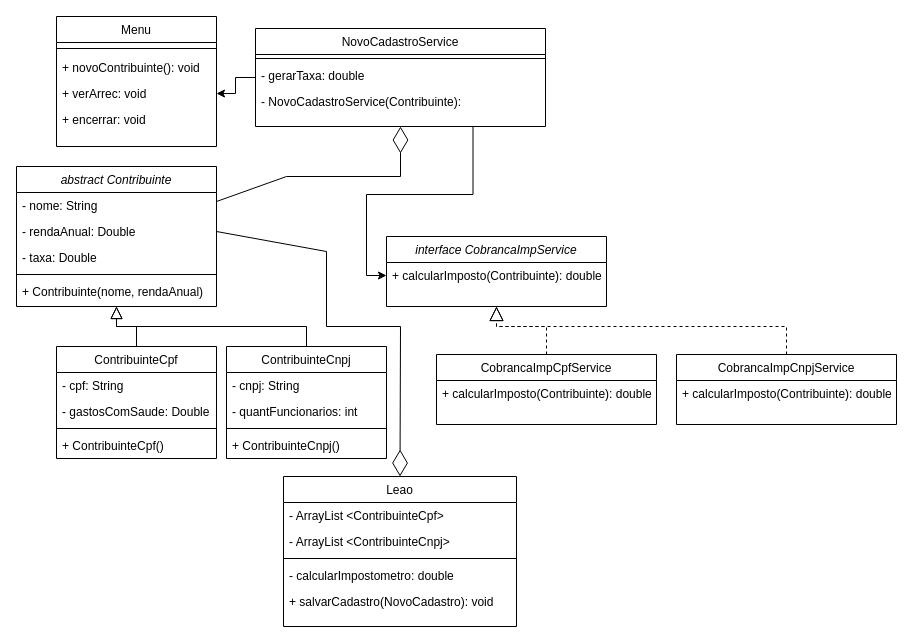
Earlier version of the draw.io diagram quatroPilares/br/com/projetoLeao/src/diagrams/UMLclassdiagram.drawio (psicodev0101/java-poo). Source tidied: cells renumbered, new cells numbered last; positions are measured from the earlier drawing's top-left corner, leaving out a move shared by most shapes. Both pictures are drawn from the tidied source at 100%, with x=0, y=0 at pixel (16, 16).
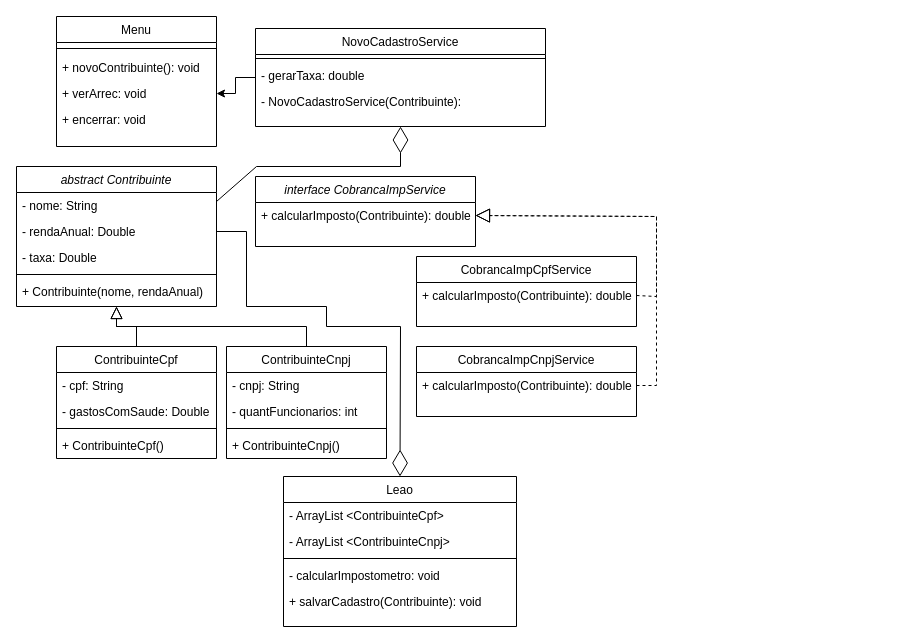
Above is the later version.

Unchanged cells that the change refers to:
```xml
<mxCell id="2" value="abstract Contribuinte" style="swimlane;fontStyle=2;align=center;verticalAlign=top;horizontal=1;startSize=26;rounded=0;shadow=0;strokeWidth=1;" parent="1" vertex="1">
  <mxGeometry y="150" width="200" height="140" as="geometry" />
</mxCell>
<mxCell id="4" value="- rendaAnual: Double" style="text;align=left;verticalAlign=top;spacingLeft=4;spacingRight=4;overflow=hidden;points=[[0,0.5],[1,0.5]];portConstraint=eastwest;rounded=0;shadow=0;html=0;" parent="2" vertex="1">
  <mxGeometry y="52" width="200" height="26" as="geometry" />
</mxCell>
<mxCell id="20" value="Leao" style="swimlane;fontStyle=0;align=center;verticalAlign=top;horizontal=1;startSize=26;rounded=0;shadow=0;strokeWidth=1;" parent="1" vertex="1">
  <mxGeometry x="267" y="460" width="233" height="150" as="geometry" />
</mxCell>
<mxCell id="33" value="+ calcularImposto(Contribuinte): double" style="text;align=left;verticalAlign=top;spacingLeft=4;spacingRight=4;overflow=hidden;points=[[0,0.5],[1,0.5]];portConstraint=eastwest;" parent="32" vertex="1">
  <mxGeometry y="26" width="220" height="26" as="geometry" />
</mxCell>
<mxCell id="36" value="NovoCadastroService" style="swimlane;fontStyle=0;align=center;verticalAlign=top;horizontal=1;startSize=26;rounded=0;shadow=0;strokeWidth=1;" parent="1" vertex="1">
  <mxGeometry x="239" y="12" width="290" height="98" as="geometry" />
</mxCell>
<mxCell id="42" value="+ calcularImposto(Contribuinte): double" style="text;align=left;verticalAlign=top;spacingLeft=4;spacingRight=4;overflow=hidden;points=[[0,0.5],[1,0.5]];portConstraint=eastwest;" parent="41" vertex="1">
  <mxGeometry y="26" width="220" height="26" as="geometry" />
</mxCell>
<mxCell id="44" value="+ calcularImposto(Contribuinte): double" style="text;align=left;verticalAlign=top;spacingLeft=4;spacingRight=4;overflow=hidden;points=[[0,0.5],[1,0.5]];portConstraint=eastwest;" parent="43" vertex="1">
  <mxGeometry y="26" width="220" height="26" as="geometry" />
</mxCell>
```

Change to the diagram source:
```diff
@@
-    <mxCell id="24" value="- calcularImpostometro: double" style="text;align=left;verticalAlign=top;spacingLeft=4;spacingRight=4;overflow=hidden;" parent="20" vertex="1">
+    <mxCell id="24" value="- calcularImpostometro: void" style="text;align=left;verticalAlign=top;spacingLeft=4;spacingRight=4;overflow=hidden;" parent="20" vertex="1">
       <mxGeometry y="86" width="233" height="26" as="geometry" />
     </mxCell>
-    <mxCell id="25" value="+ salvarCadastro(NovoCadastro): void" style="text;align=left;verticalAlign=top;spacingLeft=4;spacingRight=4;overflow=hidden;" parent="20" vertex="1">
+    <mxCell id="25" value="+ salvarCadastro(Contribuinte): void" style="text;align=left;verticalAlign=top;spacingLeft=4;spacingRight=4;overflow=hidden;" parent="20" vertex="1">
       <mxGeometry y="112" width="233" height="26" as="geometry" />
     </mxCell>
     <mxCell id="26" style="endArrow=diamondThin;endFill=0;endSize=24;html=1;rounded=0;entryX=0.5;entryY=0;entryDx=0;entryDy=0;exitX=1;exitY=0.5;exitDx=0;exitDy=0;" parent="1" edge="1" source="4" target="20">
       <mxGeometry relative="1" as="geometry">
         <Array as="points">
-          <mxPoint x="310" y="235" />
+          <mxPoint x="230" y="215" />
+          <mxPoint x="230" y="290" />
+          <mxPoint x="310" y="290" />
           <mxPoint x="310" y="310" />
           <mxPoint x="384" y="310" />
         </Array>
       </mxGeometry>
     </mxCell>
@@
     <mxCell id="32" value="interface CobrancaImpService" style="swimlane;fontStyle=2;align=center;verticalAlign=top;horizontal=1;startSize=26;rounded=0;shadow=0;strokeWidth=1;" parent="1" vertex="1">
-      <mxGeometry x="370" y="220" width="220" height="70" as="geometry" />
+      <mxGeometry x="239" y="160" width="220" height="70" as="geometry" />
     </mxCell>
@@
-    <mxCell id="34" style="edgeStyle=orthogonalEdgeStyle;rounded=0;jettySize=auto;html=1;exitX=0.75;exitY=1;exitDx=0;exitDy=0;entryX=0;entryY=0.5;entryDx=0;entryDy=0;" parent="1" edge="1" source="36" target="33">
-      <mxGeometry relative="1" as="geometry" />
-    </mxCell>
@@
     <mxCell id="40" style="endArrow=diamondThin;endFill=0;endSize=24;html=1;rounded=0;exitX=1;exitY=0.25;exitDx=0;exitDy=0;entryX=0.5;entryY=1;entryDx=0;entryDy=0;" parent="1" edge="1" source="2" target="36">
       <mxGeometry relative="1" as="geometry">
         <Array as="points">
-          <mxPoint x="270" y="160" />
-          <mxPoint x="384" y="160" />
+          <mxPoint x="240" y="150" />
+          <mxPoint x="384" y="150" />
         </Array>
       </mxGeometry>
     </mxCell>
     <mxCell id="41" value="CobrancaImpCpfService" style="swimlane;fontStyle=0;align=center;verticalAlign=top;horizontal=1;startSize=26;rounded=0;shadow=0;strokeWidth=1;" parent="1" vertex="1">
-      <mxGeometry x="420" y="338" width="220" height="70" as="geometry" />
+      <mxGeometry x="400" y="240" width="220" height="70" as="geometry" />
     </mxCell>
@@
     <mxCell id="43" value="CobrancaImpCnpjService" style="swimlane;fontStyle=0;align=center;verticalAlign=top;horizontal=1;startSize=26;rounded=0;shadow=0;strokeWidth=1;" parent="1" vertex="1">
-      <mxGeometry x="660" y="338" width="220" height="70" as="geometry" />
+      <mxGeometry x="400" y="330" width="220" height="70" as="geometry" />
     </mxCell>
@@
-    <mxCell id="45" style="endArrow=block;dashed=1;endFill=0;endSize=12;html=1;rounded=0;entryX=0.5;entryY=1;entryDx=0;entryDy=0;exitX=0.5;exitY=0;exitDx=0;exitDy=0;" parent="1" edge="1" source="41" target="32">
-      <mxGeometry relative="1" as="geometry">
-        <Array as="points">
-          <mxPoint x="530" y="310" />
-          <mxPoint x="480" y="310" />
-        </Array>
-      </mxGeometry>
-    </mxCell>
-    <mxCell id="46" style="endArrow=block;dashed=1;endFill=0;endSize=12;html=1;rounded=0;entryX=0.5;entryY=1;entryDx=0;entryDy=0;exitX=0.5;exitY=0;exitDx=0;exitDy=0;" parent="1" edge="1" source="43" target="32">
-      <mxGeometry relative="1" as="geometry">
-        <Array as="points">
-          <mxPoint x="770" y="310" />
-          <mxPoint x="530" y="310" />
-          <mxPoint x="480" y="310" />
-        </Array>
-      </mxGeometry>
-    </mxCell>
+    <mxCell id="47" style="endArrow=block;dashed=1;endFill=0;endSize=12;html=1;rounded=0;exitX=1;exitY=0.5;exitDx=0;exitDy=0;entryX=1;entryY=0.5;entryDx=0;entryDy=0;" parent="1" edge="1" source="42" target="33">
+      <mxGeometry relative="1" as="geometry">
+        <Array as="points">
+          <mxPoint x="640" y="280" />
+          <mxPoint x="640" y="200" />
+        </Array>
+      </mxGeometry>
+    </mxCell>
+    <mxCell id="48" style="endArrow=block;dashed=1;endFill=0;endSize=12;html=1;rounded=0;entryX=1;entryY=0.5;entryDx=0;entryDy=0;exitX=1;exitY=0.5;exitDx=0;exitDy=0;" parent="1" edge="1" source="44" target="33">
+      <mxGeometry relative="1" as="geometry">
+        <Array as="points">
+          <mxPoint x="640" y="369" />
+          <mxPoint x="640" y="280" />
+          <mxPoint x="640" y="200" />
+        </Array>
+      </mxGeometry>
+    </mxCell>
```
